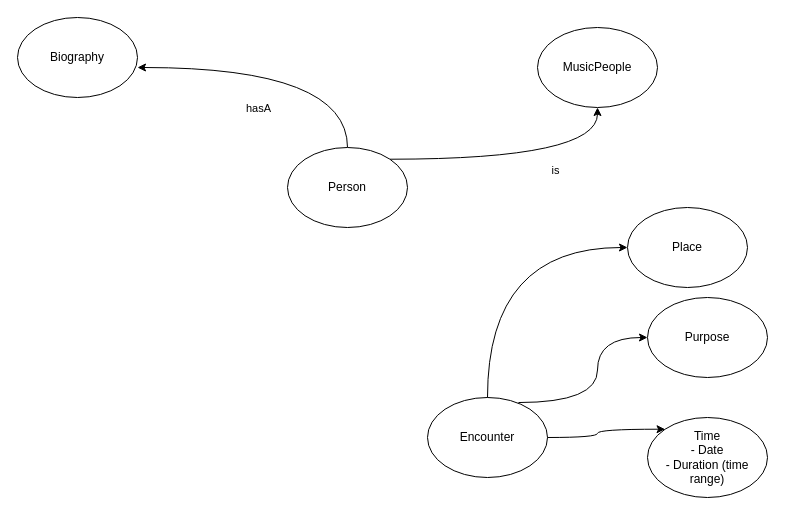
The draw.io diagram MeetupsDiagram.drawio in albamoralest/meetups, before the edit. Source tidied: cells renumbered, new cells numbered last; positions are measured from the earlier drawing's top-left corner, leaving out a move shared by most shapes. Both pictures are drawn from the tidied source at 100%, with x=0, y=0 at pixel (17, 17).
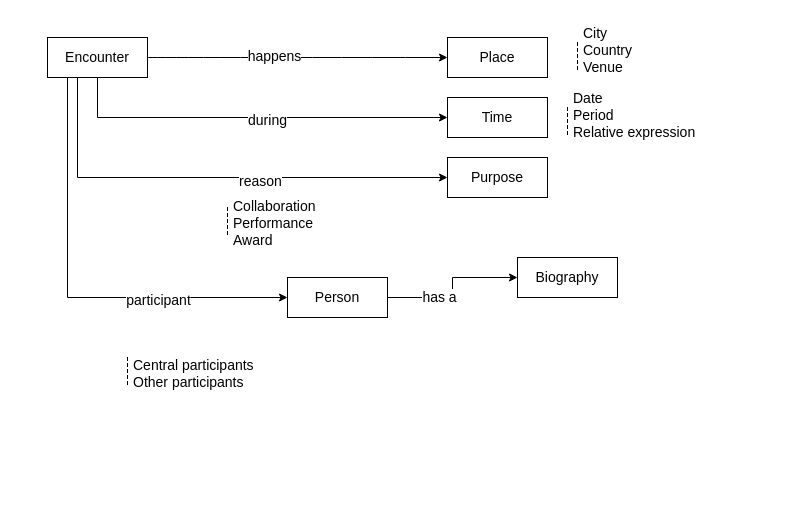
Above is the later version.

What changed in the source:
```diff
@@
-    <mxCell id="2" style="edgeStyle=orthogonalEdgeStyle;curved=1;rounded=0;jettySize=auto;html=1;entryX=1;entryY=0.625;entryDx=0;entryDy=0;entryPerimeter=0;exitX=0.5;exitY=0;exitDx=0;exitDy=0;" parent="1" edge="1" source="7" target="4">
-      <mxGeometry relative="1" as="geometry" />
-    </mxCell>
-    <mxCell id="3" value="hasA" style="edgeLabel;html=1;align=center;verticalAlign=middle;" parent="2" vertex="1">
-      <mxGeometry x="0.17" y="-35" relative="1" as="geometry">
-        <mxPoint y="75" as="offset" />
-      </mxGeometry>
-    </mxCell>
-    <mxCell id="4" value="Biography" style="ellipse;whiteSpace=wrap;html=1;" parent="1" vertex="1">
-      <mxGeometry width="120" height="80" as="geometry" />
-    </mxCell>
-    <mxCell id="5" style="edgeStyle=orthogonalEdgeStyle;rounded=0;jettySize=auto;html=1;exitX=1;exitY=0;exitDx=0;exitDy=0;elbow=vertical;curved=1;" parent="1" edge="1" source="7" target="8">
-      <mxGeometry relative="1" as="geometry" />
-    </mxCell>
-    <mxCell id="6" value="is" style="edgeLabel;html=1;align=center;verticalAlign=middle;" parent="5" vertex="1">
-      <mxGeometry x="0.27" y="-11" relative="1" as="geometry" />
-    </mxCell>
-    <mxCell id="7" value="Person" style="ellipse;whiteSpace=wrap;html=1;" parent="1" vertex="1">
-      <mxGeometry x="270" y="130" width="120" height="80" as="geometry" />
-    </mxCell>
-    <mxCell id="8" value="MusicPeople" style="ellipse;whiteSpace=wrap;html=1;" parent="1" vertex="1">
-      <mxGeometry x="520" y="10" width="120" height="80" as="geometry" />
-    </mxCell>
+    <mxCell id="13" style="edgeStyle=orthogonalEdgeStyle;curved=1;rounded=0;jettySize=auto;html=1;fontSize=14;" parent="1" edge="1" source="9" target="10">
+      <mxGeometry relative="1" as="geometry" />
+    </mxCell>
+    <mxCell id="16" value="happens" style="edgeLabel;html=1;align=center;verticalAlign=middle;fontSize=14;" parent="13" vertex="1">
+      <mxGeometry x="-0.16" y="2" relative="1" as="geometry" />
+    </mxCell>
+    <mxCell id="17" style="edgeStyle=orthogonalEdgeStyle;rounded=0;jettySize=auto;html=1;entryX=0;entryY=0.5;entryDx=0;entryDy=0;fontSize=14;" parent="1" edge="1" source="9" target="22">
+      <mxGeometry relative="1" as="geometry">
+        <Array as="points">
+          <mxPoint x="80" y="100" />
+        </Array>
+      </mxGeometry>
+    </mxCell>
+    <mxCell id="18" value="during" style="edgeLabel;html=1;align=center;verticalAlign=middle;fontSize=14;" parent="17" vertex="1">
+      <mxGeometry x="0.07" y="-2" relative="1" as="geometry" />
+    </mxCell>
+    <mxCell id="14" style="edgeStyle=orthogonalEdgeStyle;rounded=0;jettySize=auto;html=1;entryX=0;entryY=0.5;entryDx=0;entryDy=0;fontSize=14;" parent="1" edge="1" source="9" target="12">
+      <mxGeometry relative="1" as="geometry">
+        <Array as="points">
+          <mxPoint x="60" y="160" />
+        </Array>
+      </mxGeometry>
+    </mxCell>
+    <mxCell id="19" value="reason" style="edgeLabel;html=1;align=center;verticalAlign=middle;fontSize=14;" parent="14" vertex="1">
+      <mxGeometry x="0.2" y="-3" relative="1" as="geometry" />
+    </mxCell>
+    <mxCell id="20" style="edgeStyle=orthogonalEdgeStyle;rounded=0;jettySize=auto;html=1;entryX=0;entryY=0.5;entryDx=0;entryDy=0;fontSize=14;" parent="1" edge="1" source="9" target="7">
+      <mxGeometry relative="1" as="geometry">
+        <Array as="points">
+          <mxPoint x="50" y="280" />
+        </Array>
+      </mxGeometry>
+    </mxCell>
+    <mxCell id="21" value="participant" style="edgeLabel;html=1;align=center;verticalAlign=middle;fontSize=14;" parent="20" vertex="1">
+      <mxGeometry x="0.41" y="-2" relative="1" as="geometry" />
+    </mxCell>
-    <mxCell id="9" value="&lt;div&gt;Encounter&lt;/div&gt;" style="ellipse;whiteSpace=wrap;html=1;" parent="1" vertex="1">
-      <mxGeometry x="410" y="380" width="120" height="80" as="geometry" />
+    <mxCell id="9" value="Encounter" style="whiteSpace=wrap;html=1;align=center;fontSize=14;" parent="1" vertex="1">
+      <mxGeometry x="30" y="20" width="100" height="40" as="geometry" />
     </mxCell>
-    <mxCell id="10" value="Place" style="ellipse;whiteSpace=wrap;html=1;" parent="1" vertex="1">
-      <mxGeometry x="610" y="190" width="120" height="80" as="geometry" />
+    <mxCell id="10" value="Place" style="whiteSpace=wrap;html=1;align=center;fontSize=14;" parent="1" vertex="1">
+      <mxGeometry x="430" y="20" width="100" height="40" as="geometry" />
     </mxCell>
-    <mxCell id="11" value="&lt;div&gt;Time&lt;/div&gt;&lt;div&gt;- Date&lt;/div&gt;&lt;div&gt;- Duration (time range)&lt;br&gt;&lt;/div&gt;" style="ellipse;whiteSpace=wrap;html=1;align=center;" parent="1" vertex="1">
-      <mxGeometry x="630" y="400" width="120" height="80" as="geometry" />
-    </mxCell>
+    <mxCell id="22" value="Time" style="whiteSpace=wrap;html=1;align=center;fontSize=14;" parent="1" vertex="1">
+      <mxGeometry x="430" y="80" width="100" height="40" as="geometry" />
+    </mxCell>
-    <mxCell id="12" value="&lt;div&gt;Purpose&lt;/div&gt;" style="ellipse;whiteSpace=wrap;html=1;align=center;" parent="1" vertex="1">
-      <mxGeometry x="630" y="280" width="120" height="80" as="geometry" />
+    <mxCell id="12" value="Purpose" style="whiteSpace=wrap;html=1;align=center;fontSize=14;" parent="1" vertex="1">
+      <mxGeometry x="430" y="140" width="100" height="40" as="geometry" />
     </mxCell>
-    <mxCell id="13" style="endArrow=classic;html=1;rounded=0;curved=1;elbow=vertical;edgeStyle=orthogonalEdgeStyle;exitX=0.5;exitY=0;exitDx=0;exitDy=0;entryX=0;entryY=0.5;entryDx=0;entryDy=0;" parent="1" edge="1" source="9" target="10">
-      <mxGeometry relative="1" as="geometry" />
-    </mxCell>
-    <mxCell id="14" style="endArrow=classic;html=1;rounded=0;curved=1;elbow=vertical;edgeStyle=orthogonalEdgeStyle;exitX=0.758;exitY=0.063;exitDx=0;exitDy=0;entryX=0;entryY=0.5;entryDx=0;entryDy=0;exitPerimeter=0;" parent="1" edge="1" source="9" target="12">
-      <mxGeometry relative="1" as="geometry" />
-    </mxCell>
-    <mxCell id="15" style="endArrow=classic;html=1;rounded=0;curved=1;elbow=vertical;edgeStyle=orthogonalEdgeStyle;exitX=1;exitY=0.5;exitDx=0;exitDy=0;entryX=0;entryY=0;entryDx=0;entryDy=0;" parent="1" edge="1" source="9" target="11">
-      <mxGeometry relative="1" as="geometry" />
-    </mxCell>
+    <mxCell id="23" value="Collaboration&#10;Performance&#10;Award" style="shape=partialRectangle;fillColor=none;align=left;verticalAlign=middle;strokeColor=none;spacingLeft=34;fontSize=14;" parent="1" vertex="1">
+      <mxGeometry x="180" y="190" width="90" height="30" as="geometry" />
+    </mxCell>
+    <mxCell id="24" style="shape=partialRectangle;top=0;left=0;bottom=0;fillColor=none;stokeWidth=1;dashed=1;align=left;verticalAlign=middle;spacingLeft=4;spacingRight=4;overflow=hidden;fontSize=14;" parent="23" vertex="1">
+      <mxGeometry width="30" height="30" as="geometry" />
+    </mxCell>
+    <mxCell id="2" style="edgeStyle=orthogonalEdgeStyle;rounded=0;jettySize=auto;html=1;fontSize=14;" parent="1" edge="1" source="7" target="4">
+      <mxGeometry relative="1" as="geometry" />
+    </mxCell>
+    <mxCell id="25" value="has a" style="edgeLabel;html=1;align=center;verticalAlign=middle;fontSize=14;" parent="2" vertex="1">
+      <mxGeometry x="-0.32" y="1" relative="1" as="geometry" />
+    </mxCell>
+    <mxCell id="7" value="Person" style="whiteSpace=wrap;html=1;align=center;fontSize=14;" parent="1" vertex="1">
+      <mxGeometry x="270" y="260" width="100" height="40" as="geometry" />
+    </mxCell>
+    <mxCell id="26" value="Central participants&#10;Other participants" style="shape=partialRectangle;fillColor=none;align=left;verticalAlign=middle;strokeColor=none;spacingLeft=34;fontSize=14;" parent="1" vertex="1">
+      <mxGeometry x="80" y="340" width="90" height="30" as="geometry" />
+    </mxCell>
+    <mxCell id="27" style="shape=partialRectangle;top=0;left=0;bottom=0;fillColor=none;stokeWidth=1;dashed=1;align=left;verticalAlign=middle;spacingLeft=4;spacingRight=4;overflow=hidden;fontSize=14;" parent="26" vertex="1">
+      <mxGeometry width="30" height="30" as="geometry" />
+    </mxCell>
+    <mxCell id="4" value="Biography" style="whiteSpace=wrap;html=1;align=center;fontSize=14;" parent="1" vertex="1">
+      <mxGeometry x="500" y="240" width="100" height="40" as="geometry" />
+    </mxCell>
+    <mxCell id="28" value="City&#10;Country&#10;Venue&#10;" style="shape=partialRectangle;fillColor=none;align=left;verticalAlign=middle;strokeColor=none;spacingLeft=34;fontSize=14;" parent="1" vertex="1">
+      <mxGeometry x="530" y="25" width="90" height="30" as="geometry" />
+    </mxCell>
+    <mxCell id="29" style="shape=partialRectangle;top=0;left=0;bottom=0;fillColor=none;stokeWidth=1;dashed=1;align=left;verticalAlign=middle;spacingLeft=4;spacingRight=4;overflow=hidden;fontSize=14;" parent="28" vertex="1">
+      <mxGeometry width="30" height="30" as="geometry" />
+    </mxCell>
+    <mxCell id="30" value="Date&#10;Period&#10;Relative expression&#10;" style="shape=partialRectangle;fillColor=none;align=left;verticalAlign=middle;strokeColor=none;spacingLeft=34;fontSize=14;" parent="1" vertex="1">
+      <mxGeometry x="520" y="90" width="90" height="30" as="geometry" />
+    </mxCell>
+    <mxCell id="31" style="shape=partialRectangle;top=0;left=0;bottom=0;fillColor=none;stokeWidth=1;dashed=1;align=left;verticalAlign=middle;spacingLeft=4;spacingRight=4;overflow=hidden;fontSize=14;" parent="30" vertex="1">
+      <mxGeometry width="30" height="30" as="geometry" />
+    </mxCell>
```
